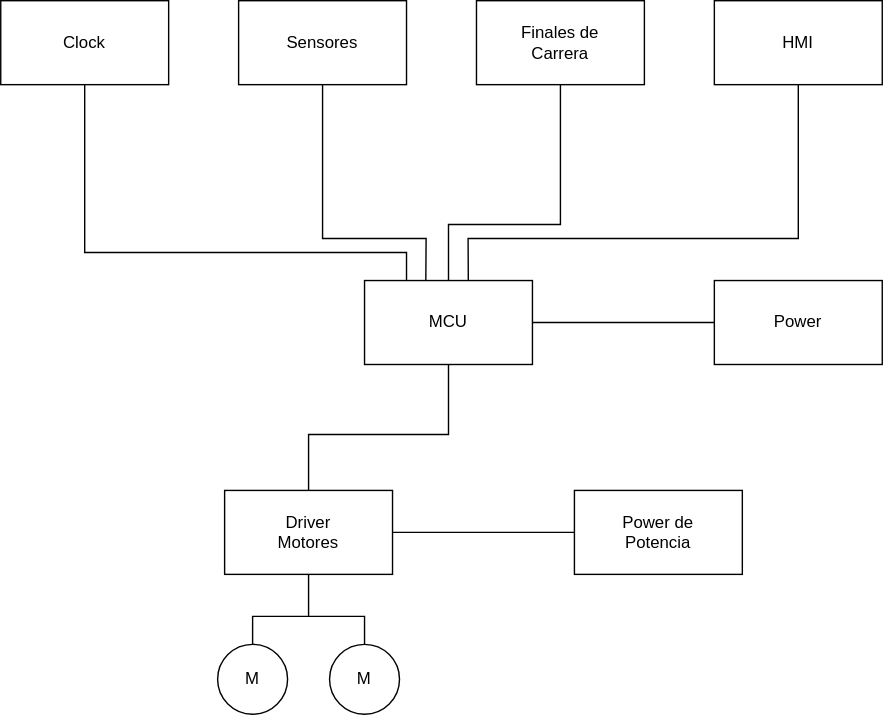
Earlier version of the draw.io export Hardware/Esquematico_P3.drawio.svg (TobiasDecoud/Solar-Tracking-System). Source tidied: cells renumbered, new cells last; positions are measured from the earlier drawing's top-left corner, leaving out a move shared by most shapes. The source it was exported from:
```xml
<mxGraphModel>
  <root>
    <mxCell id="0" />
    <mxCell id="1" parent="0" />
    <mxCell id="2" style="rounded=0;whiteSpace=wrap;html=1;fillColor=none;" parent="1" vertex="1">
      <mxGeometry x="260" y="200" width="120" height="60" as="geometry" />
    </mxCell>
    <mxCell id="3" value="MCU" style="text;html=1;whiteSpace=wrap;strokeColor=none;fillColor=none;align=center;verticalAlign=middle;rounded=0;" parent="1" vertex="1">
      <mxGeometry x="290" y="215" width="60" height="30" as="geometry" />
    </mxCell>
    <mxCell id="4" style="rounded=0;whiteSpace=wrap;html=1;fillColor=none;" parent="1" vertex="1">
      <mxGeometry x="170" width="120" height="60" as="geometry" />
    </mxCell>
    <mxCell id="5" value="Sensores" style="text;html=1;whiteSpace=wrap;strokeColor=none;fillColor=none;align=center;verticalAlign=middle;rounded=0;" parent="1" vertex="1">
      <mxGeometry x="200" y="15" width="60" height="30" as="geometry" />
    </mxCell>
    <mxCell id="6" style="rounded=0;whiteSpace=wrap;html=1;fillColor=none;" parent="1" vertex="1">
      <mxGeometry x="340" width="120" height="60" as="geometry" />
    </mxCell>
    <mxCell id="7" value="Finales de Carrera" style="text;html=1;whiteSpace=wrap;strokeColor=none;fillColor=none;align=center;verticalAlign=middle;rounded=0;" parent="1" vertex="1">
      <mxGeometry x="370" y="15" width="60" height="30" as="geometry" />
    </mxCell>
    <mxCell id="8" style="rounded=0;whiteSpace=wrap;html=1;fillColor=none;" parent="1" vertex="1">
      <mxGeometry width="120" height="60" as="geometry" />
    </mxCell>
    <mxCell id="9" value="Clock" style="text;html=1;whiteSpace=wrap;strokeColor=none;fillColor=none;align=center;verticalAlign=middle;rounded=0;" parent="1" vertex="1">
      <mxGeometry x="30" y="15" width="60" height="30" as="geometry" />
    </mxCell>
    <mxCell id="10" style="rounded=0;whiteSpace=wrap;html=1;fillColor=none;" parent="1" vertex="1">
      <mxGeometry x="510" width="120" height="60" as="geometry" />
    </mxCell>
    <mxCell id="11" value="HMI" style="text;html=1;whiteSpace=wrap;strokeColor=none;fillColor=none;align=center;verticalAlign=middle;rounded=0;" parent="1" vertex="1">
      <mxGeometry x="540" y="15" width="60" height="30" as="geometry" />
    </mxCell>
    <mxCell id="12" style="rounded=0;whiteSpace=wrap;html=1;fillColor=none;" parent="1" vertex="1">
      <mxGeometry x="160" y="350" width="120" height="60" as="geometry" />
    </mxCell>
    <mxCell id="13" value="Driver Motores" style="text;html=1;whiteSpace=wrap;strokeColor=none;fillColor=none;align=center;verticalAlign=middle;rounded=0;" parent="1" vertex="1">
      <mxGeometry x="190" y="365" width="60" height="30" as="geometry" />
    </mxCell>
    <mxCell id="14" style="ellipse;whiteSpace=wrap;html=1;fillColor=none;" parent="1" vertex="1">
      <mxGeometry x="155" y="460" width="50" height="50" as="geometry" />
    </mxCell>
    <mxCell id="15" value="M" style="text;html=1;whiteSpace=wrap;strokeColor=none;fillColor=none;align=center;verticalAlign=middle;rounded=0;" parent="1" vertex="1">
      <mxGeometry x="150" y="470" width="60" height="30" as="geometry" />
    </mxCell>
    <mxCell id="16" style="ellipse;whiteSpace=wrap;html=1;fillColor=none;" parent="1" vertex="1">
      <mxGeometry x="235" y="460" width="50" height="50" as="geometry" />
    </mxCell>
    <mxCell id="17" value="M" style="text;html=1;whiteSpace=wrap;strokeColor=none;fillColor=none;align=center;verticalAlign=middle;rounded=0;" parent="1" vertex="1">
      <mxGeometry x="230" y="470" width="60" height="30" as="geometry" />
    </mxCell>
    <mxCell id="18" style="endArrow=none;html=1;rounded=0;exitX=0.5;exitY=1;exitDx=0;exitDy=0;entryX=0.5;entryY=0;entryDx=0;entryDy=0;" parent="1" edge="1" source="12" target="16">
      <mxGeometry relative="1" as="geometry">
        <Array as="points">
          <mxPoint x="220" y="440" />
          <mxPoint x="260" y="440" />
        </Array>
      </mxGeometry>
    </mxCell>
    <mxCell id="19" style="endArrow=none;html=1;rounded=0;exitX=0.5;exitY=0;exitDx=0;exitDy=0;" parent="1" edge="1" source="14">
      <mxGeometry relative="1" as="geometry">
        <mxPoint x="220" y="440" as="targetPoint" />
        <Array as="points">
          <mxPoint x="180" y="440" />
        </Array>
      </mxGeometry>
    </mxCell>
    <mxCell id="20" style="rounded=0;whiteSpace=wrap;html=1;fillColor=none;" parent="1" vertex="1">
      <mxGeometry x="510" y="200" width="120" height="60" as="geometry" />
    </mxCell>
    <mxCell id="21" value="Power" style="text;html=1;whiteSpace=wrap;strokeColor=none;fillColor=none;align=center;verticalAlign=middle;rounded=0;" parent="1" vertex="1">
      <mxGeometry x="540" y="215" width="60" height="30" as="geometry" />
    </mxCell>
    <mxCell id="22" style="rounded=0;whiteSpace=wrap;html=1;fillColor=none;" parent="1" vertex="1">
      <mxGeometry x="410" y="350" width="120" height="60" as="geometry" />
    </mxCell>
    <mxCell id="23" value="Power de Potencia" style="text;html=1;whiteSpace=wrap;strokeColor=none;fillColor=none;align=center;verticalAlign=middle;rounded=0;" parent="1" vertex="1">
      <mxGeometry x="440" y="365" width="60" height="30" as="geometry" />
    </mxCell>
    <mxCell id="24" style="endArrow=none;html=1;rounded=0;exitX=1;exitY=0.5;exitDx=0;exitDy=0;entryX=0;entryY=0.5;entryDx=0;entryDy=0;" parent="1" edge="1" source="12" target="22">
      <mxGeometry relative="1" as="geometry" />
    </mxCell>
    <mxCell id="25" style="endArrow=none;html=1;rounded=0;exitX=1;exitY=0.5;exitDx=0;exitDy=0;entryX=0;entryY=0.5;entryDx=0;entryDy=0;" parent="1" edge="1" source="2" target="20">
      <mxGeometry relative="1" as="geometry" />
    </mxCell>
    <mxCell id="26" style="endArrow=none;html=1;rounded=0;exitX=0.5;exitY=0;exitDx=0;exitDy=0;entryX=0.5;entryY=1;entryDx=0;entryDy=0;" parent="1" edge="1" source="12" target="2">
      <mxGeometry relative="1" as="geometry">
        <Array as="points">
          <mxPoint x="220" y="310" />
          <mxPoint x="320" y="310" />
        </Array>
      </mxGeometry>
    </mxCell>
    <mxCell id="27" style="endArrow=none;html=1;rounded=0;exitX=0.5;exitY=1;exitDx=0;exitDy=0;entryX=0.25;entryY=0;entryDx=0;entryDy=0;" parent="1" edge="1" source="8" target="2">
      <mxGeometry relative="1" as="geometry">
        <Array as="points">
          <mxPoint x="60" y="180" />
          <mxPoint x="290" y="180" />
        </Array>
      </mxGeometry>
    </mxCell>
    <mxCell id="28" style="endArrow=none;html=1;rounded=0;entryX=0.5;entryY=1;entryDx=0;entryDy=0;exitX=0.365;exitY=-0.003;exitDx=0;exitDy=0;exitPerimeter=0;" parent="1" edge="1" source="2" target="4">
      <mxGeometry relative="1" as="geometry">
        <Array as="points">
          <mxPoint x="304" y="170" />
          <mxPoint x="230" y="170" />
        </Array>
      </mxGeometry>
    </mxCell>
    <mxCell id="29" style="endArrow=none;html=1;rounded=0;entryX=0.5;entryY=1;entryDx=0;entryDy=0;exitX=0.5;exitY=0;exitDx=0;exitDy=0;" parent="1" edge="1" source="2" target="6">
      <mxGeometry relative="1" as="geometry">
        <Array as="points">
          <mxPoint x="320" y="160" />
          <mxPoint x="400" y="160" />
        </Array>
      </mxGeometry>
    </mxCell>
    <mxCell id="30" style="endArrow=none;html=1;rounded=0;entryX=0.5;entryY=1;entryDx=0;entryDy=0;exitX=0.618;exitY=0.003;exitDx=0;exitDy=0;exitPerimeter=0;" parent="1" edge="1" source="2" target="10">
      <mxGeometry relative="1" as="geometry">
        <Array as="points">
          <mxPoint x="334" y="170" />
          <mxPoint x="570" y="170" />
        </Array>
      </mxGeometry>
    </mxCell>
  </root>
</mxGraphModel>
```
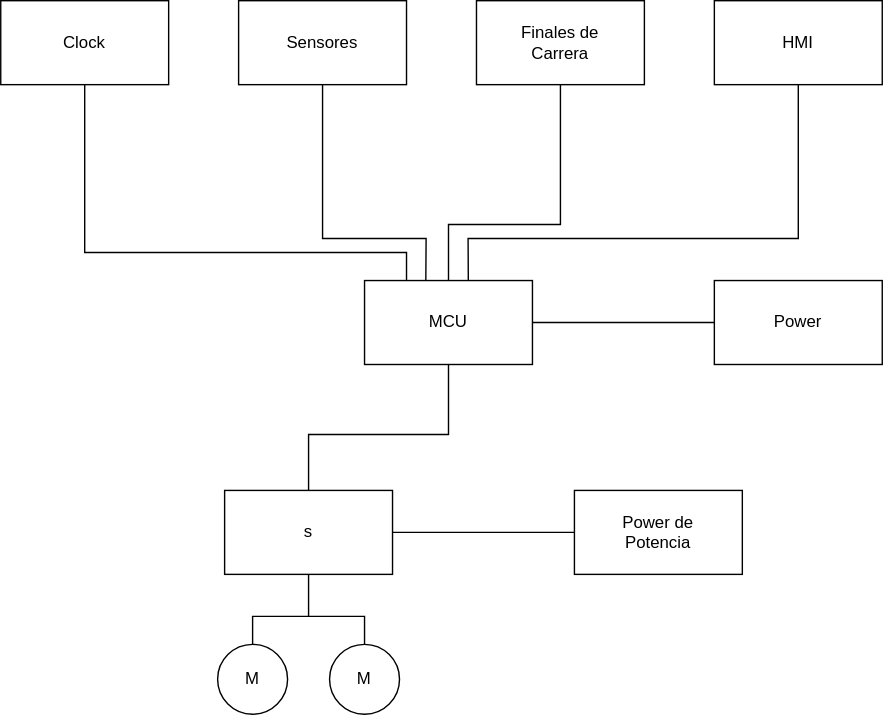
Later version of the same file.

What changed in the source:
```diff
@@ -35,7 +35,7 @@
     <mxCell id="12" style="rounded=0;whiteSpace=wrap;html=1;fillColor=none;" parent="1" vertex="1">
       <mxGeometry x="160" y="350" width="120" height="60" as="geometry" />
     </mxCell>
-    <mxCell id="13" value="Driver Motores" style="text;html=1;whiteSpace=wrap;strokeColor=none;fillColor=none;align=center;verticalAlign=middle;rounded=0;" parent="1" vertex="1">
+    <mxCell id="13" value="s" style="text;html=1;whiteSpace=wrap;strokeColor=none;fillColor=none;align=center;verticalAlign=middle;rounded=0;" parent="1" vertex="1">
       <mxGeometry x="190" y="365" width="60" height="30" as="geometry" />
     </mxCell>
     <mxCell id="14" style="ellipse;whiteSpace=wrap;html=1;fillColor=none;" parent="1" vertex="1">
```
